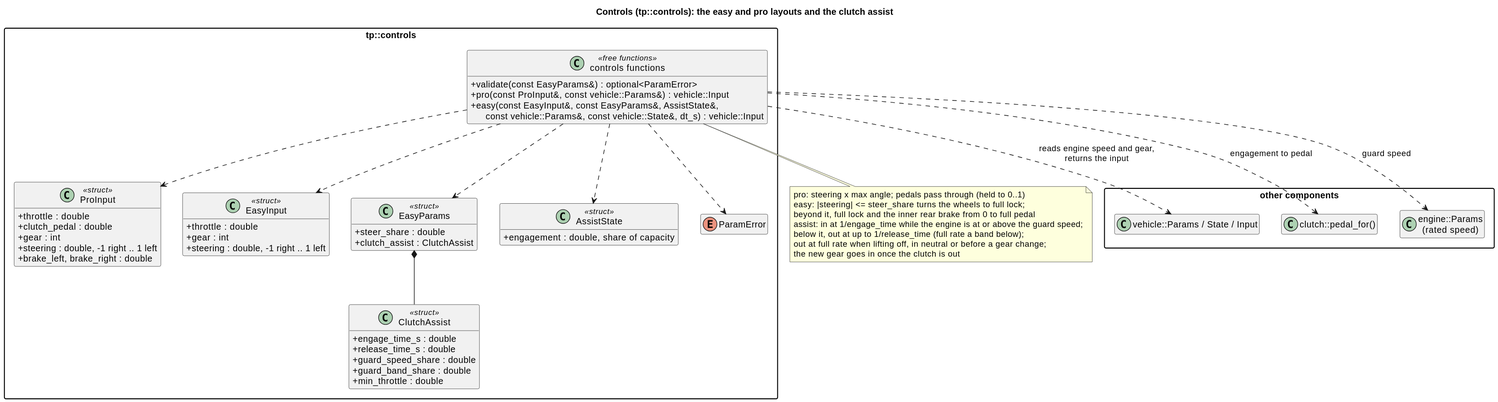
Above: docs/diagrams/svg/controls_classes.svg in wversteeg/TractorPulling (PlantUML), before the change. Source of this version:
```plantuml
@startuml
title Controls (tp::controls): the easy and pro layouts and the clutch assist
hide empty members
skinparam packageStyle rectangle
skinparam classAttributeIconSize 0

package "other components" {
  class "vehicle::Params / State / Input" as Vehicle
  class "clutch::pedal_for()" as PedalFor
  class "engine::Params\n(rated speed)" as Engine
}

package "tp::controls" {
  class ProInput <<struct>> {
    +throttle : double
    +clutch_pedal : double
    +gear : int
    +steering : double, -1 right .. 1 left
    +brake_left, brake_right : double
  }
  class EasyInput <<struct>> {
    +throttle : double
    +gear : int
    +steering : double, -1 right .. 1 left
  }
  class ClutchAssist <<struct>> {
    +engage_time_s : double
    +release_time_s : double
    +guard_speed_share : double
    +guard_band_share : double
    +min_throttle : double
  }
  class EasyParams <<struct>> {
    +steer_share : double
    +clutch_assist : ClutchAssist
  }
  class AssistState <<struct>> {
    +engagement : double, share of capacity
  }
  enum ParamError
  class "controls functions" as ControlsFns <<free functions>> {
    +validate(const EasyParams&) : optional<ParamError>
    +pro(const ProInput&, const vehicle::Params&) : vehicle::Input
    +easy(const EasyInput&, const EasyParams&, AssistState&,\n      const vehicle::Params&, const vehicle::State&, dt_s) : vehicle::Input
  }
  EasyParams *-- ClutchAssist
  ControlsFns ..> ProInput
  ControlsFns ..> EasyInput
  ControlsFns ..> EasyParams
  ControlsFns ..> AssistState
  ControlsFns ..> ParamError
}
ControlsFns ..> Vehicle : reads engine speed and gear,\nreturns the input
ControlsFns ..> PedalFor : engagement to pedal
ControlsFns ..> Engine : guard speed
note bottom of ControlsFns
  pro: steering x max angle; pedals pass through (held to 0..1)
  easy: |steering| <= steer_share turns the wheels to full lock;
  beyond it, full lock and the inner rear brake from 0 to full pedal
  assist: in at 1/engage_time while the engine is at or above the guard speed;
  below it, out at up to 1/release_time (full rate a band below);
  out at full rate when lifting off, in neutral or before a gear change;
  the new gear goes in once the clutch is out
end note
@enduml
```
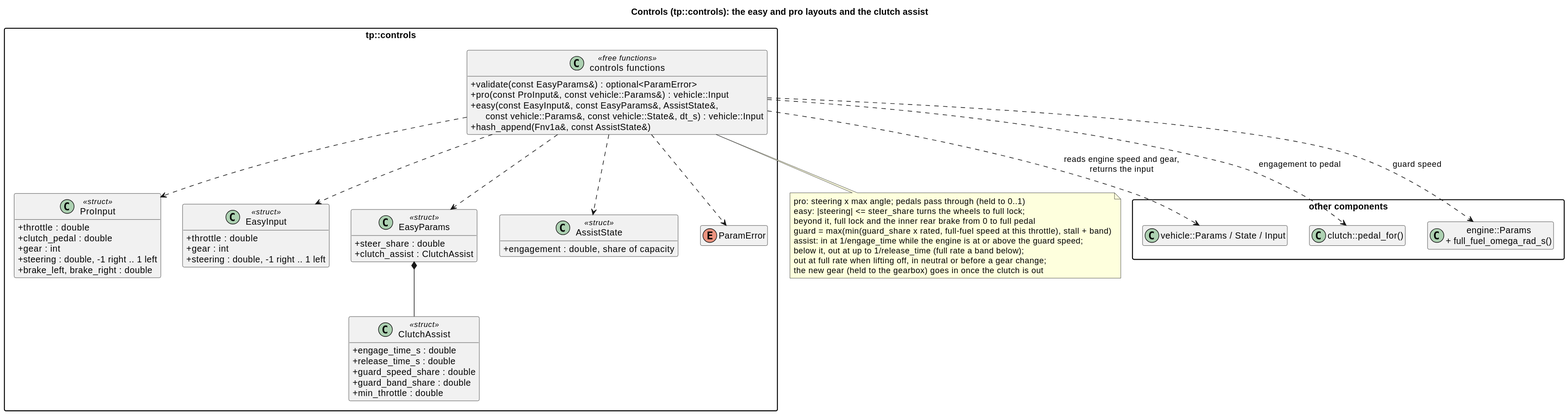
The same file after the commit.

Diff of the diagram source:
```diff
@@ -7,7 +7,7 @@
 package "other components" {
   class "vehicle::Params / State / Input" as Vehicle
   class "clutch::pedal_for()" as PedalFor
-  class "engine::Params\n(rated speed)" as Engine
+  class "engine::Params\n+ full_fuel_omega_rad_s()" as Engine
 }
 
 package "tp::controls" {
@@ -42,6 +42,7 @@
     +validate(const EasyParams&) : optional<ParamError>
     +pro(const ProInput&, const vehicle::Params&) : vehicle::Input
     +easy(const EasyInput&, const EasyParams&, AssistState&,\n      const vehicle::Params&, const vehicle::State&, dt_s) : vehicle::Input
+    +hash_append(Fnv1a&, const AssistState&)
   }
   EasyParams *-- ClutchAssist
   ControlsFns ..> ProInput
@@ -57,9 +58,10 @@
   pro: steering x max angle; pedals pass through (held to 0..1)
   easy: |steering| <= steer_share turns the wheels to full lock;
   beyond it, full lock and the inner rear brake from 0 to full pedal
+  guard = max(min(guard_share x rated, full-fuel speed at this throttle), stall + band)
   assist: in at 1/engage_time while the engine is at or above the guard speed;
   below it, out at up to 1/release_time (full rate a band below);
   out at full rate when lifting off, in neutral or before a gear change;
-  the new gear goes in once the clutch is out
+  the new gear (held to the gearbox) goes in once the clutch is out
 end note
 @enduml
```
